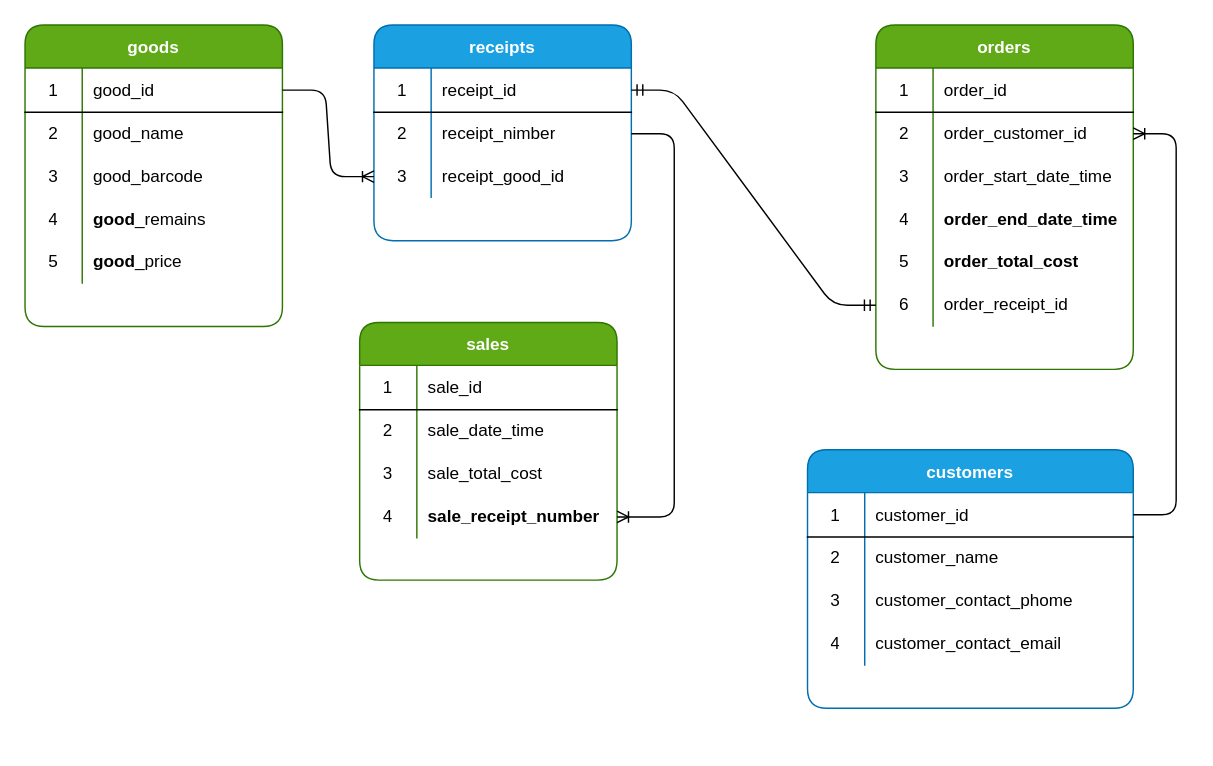
This is Work_2/schema.drawio from AlexLeXX444/MySQL-lessons, a draw.io file, before an edit. Source tidied: cells renumbered, new cells numbered last; positions are measured from the earlier drawing's top-left corner, leaving out a move shared by most shapes. Both pictures are drawn from the tidied source at 143%, with x=0, y=0 at pixel (24, 24).
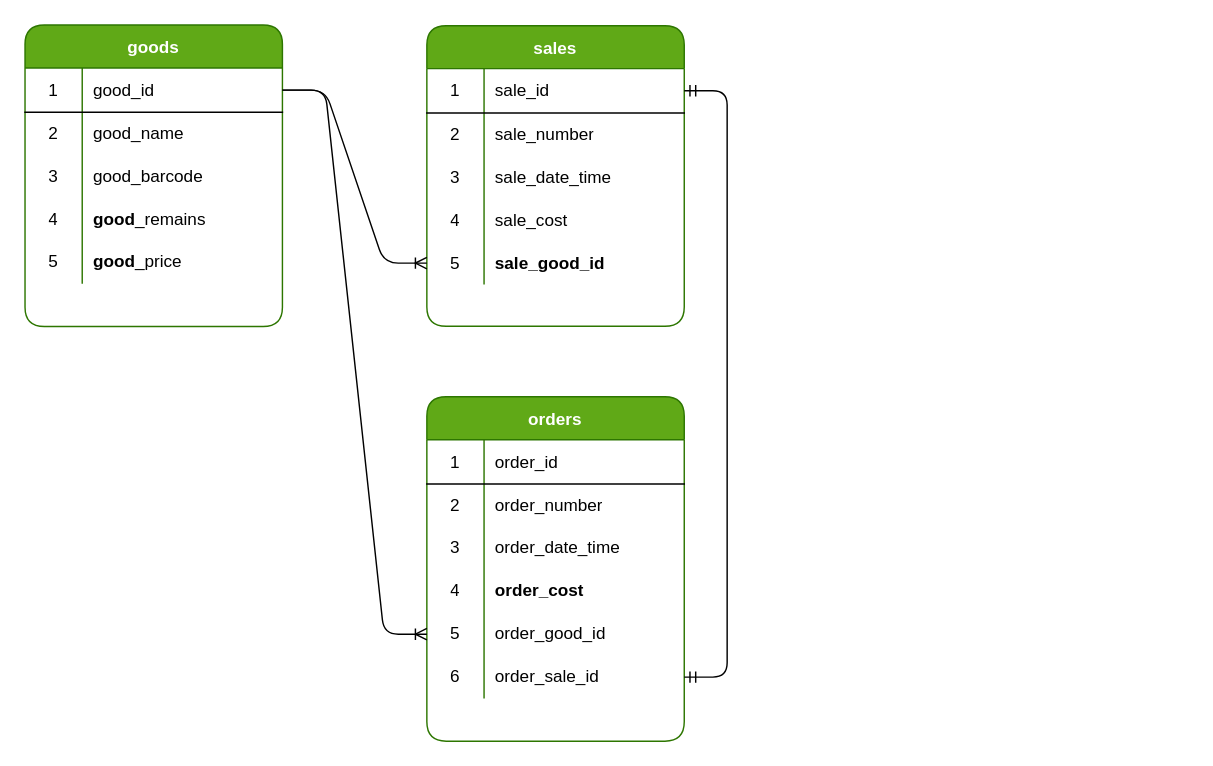
The same page after the edit.

Commit message (it also covers changes not shown here):
end second work

Unchanged cells that the change refers to:
```xml
<mxCell id="3" style="shape=partialRectangle;html=1;whiteSpace=wrap;fillColor=none;top=0;left=0;bottom=1;right=0;points=[[0,0.5],[1,0.5]];portConstraint=eastwest;" parent="2" vertex="1">
  <mxGeometry y="30" width="180" height="31" as="geometry" />
</mxCell>
<mxCell id="19" style="shape=partialRectangle;html=1;whiteSpace=wrap;fillColor=none;top=0;left=0;bottom=1;right=0;points=[[0,0.5],[1,0.5]];portConstraint=eastwest;" parent="18" vertex="1">
  <mxGeometry y="30" width="180" height="31" as="geometry" />
</mxCell>
<mxCell id="45" style="shape=partialRectangle;html=1;whiteSpace=wrap;fillColor=none;top=0;left=0;bottom=0;right=0;points=[[0,0.5],[1,0.5]];portConstraint=eastwest;" parent="41" vertex="1">
  <mxGeometry y="61" width="180" height="30" as="geometry" />
</mxCell>
<mxCell id="48" style="shape=partialRectangle;html=1;whiteSpace=wrap;fillColor=none;top=0;left=0;bottom=0;right=0;" parent="41" vertex="1">
  <mxGeometry y="91" width="180" height="30" as="geometry" />
</mxCell>
```

Diff of the diagram source:
```diff
@@
     <mxCell id="18" value="sales" style="shape=table;startSize=30;childLayout=tableLayout;rowLines=0;fontStyle=1;align=center;rounded=1;shadow=0;sketch=0;fillColor=#60a917;fontColor=#ffffff;strokeColor=#2D7600;" parent="1" vertex="1">
-      <mxGeometry x="234" y="208" width="180" height="180.2" as="geometry" />
+      <mxGeometry x="281" y="0.5" width="180" height="210.2" as="geometry" />
     </mxCell>
@@
+    <mxCell id="35" style="shape=partialRectangle;html=1;whiteSpace=wrap;fillColor=none;top=0;left=0;bottom=0;right=0;points=[[0,0.5],[1,0.5]];portConstraint=eastwest;" parent="18" vertex="1">
+      <mxGeometry y="61" width="180" height="30" as="geometry" />
+    </mxCell>
+    <mxCell id="77" value="2" style="shape=partialRectangle;html=1;whiteSpace=wrap;fillColor=none;top=0;left=0;bottom=0;right=0;overflow=hidden;" parent="35" vertex="1">
+      <mxGeometry width="40" height="30" as="geometry" />
+    </mxCell>
+    <mxCell id="78" value="sale_number" style="shape=partialRectangle;html=1;whiteSpace=wrap;fillColor=none;top=0;left=0;bottom=0;right=0;align=left;spacingLeft=6;overflow=hidden;" parent="35" vertex="1">
+      <mxGeometry x="40" width="140" height="30" as="geometry" />
+    </mxCell>
     <mxCell id="22" style="shape=partialRectangle;html=1;whiteSpace=wrap;fillColor=none;top=0;left=0;bottom=0;right=0;" parent="18" vertex="1">
-      <mxGeometry y="61" width="180" height="30" as="geometry" />
+      <mxGeometry y="91" width="180" height="30" as="geometry" />
     </mxCell>
-    <mxCell id="23" value="2" style="shape=partialRectangle;html=1;whiteSpace=wrap;fillColor=none;top=0;left=0;bottom=0;right=0;overflow=hidden;" parent="22" vertex="1">
+    <mxCell id="23" value="3" style="shape=partialRectangle;html=1;whiteSpace=wrap;fillColor=none;top=0;left=0;bottom=0;right=0;overflow=hidden;" parent="22" vertex="1">
       <mxGeometry width="40" height="30" as="geometry" />
     </mxCell>
@@
     <mxCell id="25" style="shape=partialRectangle;html=1;whiteSpace=wrap;fillColor=none;top=0;left=0;bottom=0;right=0;" parent="18" vertex="1">
-      <mxGeometry y="91" width="180" height="30" as="geometry" />
+      <mxGeometry y="121" width="180" height="30" as="geometry" />
     </mxCell>
-    <mxCell id="26" value="3" style="shape=partialRectangle;html=1;whiteSpace=wrap;fillColor=none;top=0;left=0;bottom=0;right=0;overflow=hidden;" parent="25" vertex="1">
+    <mxCell id="26" value="4" style="shape=partialRectangle;html=1;whiteSpace=wrap;fillColor=none;top=0;left=0;bottom=0;right=0;overflow=hidden;" parent="25" vertex="1">
       <mxGeometry width="40" height="30" as="geometry" />
     </mxCell>
-    <mxCell id="27" value="&lt;span&gt;sale_total_cost&lt;/span&gt;" style="shape=partialRectangle;html=1;whiteSpace=wrap;fillColor=none;top=0;left=0;bottom=0;right=0;align=left;spacingLeft=6;overflow=hidden;" parent="25" vertex="1">
+    <mxCell id="27" value="&lt;span&gt;sale_cost&lt;/span&gt;" style="shape=partialRectangle;html=1;whiteSpace=wrap;fillColor=none;top=0;left=0;bottom=0;right=0;align=left;spacingLeft=6;overflow=hidden;" parent="25" vertex="1">
       <mxGeometry x="40" width="140" height="30" as="geometry" />
     </mxCell>
     <mxCell id="28" style="shape=partialRectangle;html=1;whiteSpace=wrap;fillColor=none;top=0;left=0;bottom=0;right=0;points=[[0,0.5],[1,0.5]];portConstraint=eastwest;" parent="18" vertex="1">
-      <mxGeometry y="121" width="180" height="30" as="geometry" />
+      <mxGeometry y="151" width="180" height="30" as="geometry" />
     </mxCell>
-    <mxCell id="29" value="4" style="shape=partialRectangle;html=1;whiteSpace=wrap;fillColor=none;top=0;left=0;bottom=0;right=0;overflow=hidden;" parent="28" vertex="1">
+    <mxCell id="29" value="5" style="shape=partialRectangle;html=1;whiteSpace=wrap;fillColor=none;top=0;left=0;bottom=0;right=0;overflow=hidden;" parent="28" vertex="1">
       <mxGeometry width="40" height="30" as="geometry" />
     </mxCell>
-    <mxCell id="30" value="&lt;div style=&quot;text-align: center&quot;&gt;&lt;span&gt;&lt;b&gt;sale_&lt;/b&gt;&lt;/span&gt;&lt;b&gt;receipt_number&lt;/b&gt;&lt;/div&gt;" style="shape=partialRectangle;html=1;whiteSpace=wrap;fillColor=none;top=0;left=0;bottom=0;right=0;align=left;spacingLeft=6;overflow=hidden;" parent="28" vertex="1">
+    <mxCell id="30" value="&lt;div style=&quot;text-align: center&quot;&gt;&lt;span&gt;&lt;b&gt;sale_&lt;/b&gt;&lt;/span&gt;&lt;b&gt;good_id&lt;/b&gt;&lt;/div&gt;" style="shape=partialRectangle;html=1;whiteSpace=wrap;fillColor=none;top=0;left=0;bottom=0;right=0;align=left;spacingLeft=6;overflow=hidden;" parent="28" vertex="1">
       <mxGeometry x="40" width="140" height="30" as="geometry" />
     </mxCell>
-    <mxCell id="31" value="receipts" style="shape=table;startSize=30;childLayout=tableLayout;rowLines=0;fontStyle=1;align=center;rounded=1;shadow=0;sketch=0;fillColor=#1ba1e2;fontColor=#ffffff;strokeColor=#006EAF;" parent="1" vertex="1">
-      <mxGeometry x="244" width="180" height="150.8" as="geometry" />
-    </mxCell>
-    <mxCell id="32" style="shape=partialRectangle;html=1;whiteSpace=wrap;fillColor=none;top=0;left=0;bottom=1;right=0;points=[[0,0.5],[1,0.5]];portConstraint=eastwest;" parent="31" vertex="1">
-      <mxGeometry y="30" width="180" height="31" as="geometry" />
-    </mxCell>
-    <mxCell id="33" value="1" style="shape=partialRectangle;html=1;whiteSpace=wrap;fillColor=none;top=0;left=0;bottom=0;right=0;overflow=hidden;" parent="32" vertex="1">
-      <mxGeometry width="40" height="31" as="geometry" />
-    </mxCell>
-    <mxCell id="34" value="receipt_id" style="shape=partialRectangle;html=1;whiteSpace=wrap;fillColor=none;top=0;left=0;bottom=0;right=0;align=left;spacingLeft=6;overflow=hidden;" parent="32" vertex="1">
-      <mxGeometry x="40" width="140" height="31" as="geometry" />
-    </mxCell>
-    <mxCell id="35" style="shape=partialRectangle;html=1;whiteSpace=wrap;fillColor=none;top=0;left=0;bottom=0;right=0;points=[[0,0.5],[1,0.5]];portConstraint=eastwest;" parent="31" vertex="1">
-      <mxGeometry y="61" width="180" height="30" as="geometry" />
-    </mxCell>
-    <mxCell id="36" value="2" style="shape=partialRectangle;html=1;whiteSpace=wrap;fillColor=none;top=0;left=0;bottom=0;right=0;overflow=hidden;" parent="35" vertex="1">
-      <mxGeometry width="40" height="30" as="geometry" />
-    </mxCell>
-    <mxCell id="37" value="receipt_nimber" style="shape=partialRectangle;html=1;whiteSpace=wrap;fillColor=none;top=0;left=0;bottom=0;right=0;align=left;spacingLeft=6;overflow=hidden;" parent="35" vertex="1">
-      <mxGeometry x="40" width="140" height="30" as="geometry" />
-    </mxCell>
-    <mxCell id="38" style="shape=partialRectangle;html=1;whiteSpace=wrap;fillColor=none;top=0;left=0;bottom=0;right=0;points=[[0,0.5],[1,0.5]];portConstraint=eastwest;" parent="31" vertex="1">
-      <mxGeometry y="91" width="180" height="30" as="geometry" />
-    </mxCell>
-    <mxCell id="39" value="3" style="shape=partialRectangle;html=1;whiteSpace=wrap;fillColor=none;top=0;left=0;bottom=0;right=0;overflow=hidden;" parent="38" vertex="1">
-      <mxGeometry width="40" height="30" as="geometry" />
-    </mxCell>
-    <mxCell id="40" value="receipt_good_id" style="shape=partialRectangle;html=1;whiteSpace=wrap;fillColor=none;top=0;left=0;bottom=0;right=0;align=left;spacingLeft=6;overflow=hidden;" parent="38" vertex="1">
-      <mxGeometry x="40" width="140" height="30" as="geometry" />
-    </mxCell>
     <mxCell id="41" value="orders" style="shape=table;startSize=30;childLayout=tableLayout;rowLines=0;fontStyle=1;align=center;rounded=1;shadow=0;sketch=0;fillColor=#60a917;fontColor=#ffffff;strokeColor=#2D7600;" parent="1" vertex="1">
-      <mxGeometry x="595" width="180" height="240.8" as="geometry" />
+      <mxGeometry x="281" y="260" width="180" height="240.8" as="geometry" />
     </mxCell>
@@
-    <mxCell id="47" value="order_customer_id" style="shape=partialRectangle;html=1;whiteSpace=wrap;fillColor=none;top=0;left=0;bottom=0;right=0;align=left;spacingLeft=6;overflow=hidden;" parent="45" vertex="1">
+    <mxCell id="47" value="order_number" style="shape=partialRectangle;html=1;whiteSpace=wrap;fillColor=none;top=0;left=0;bottom=0;right=0;align=left;spacingLeft=6;overflow=hidden;" parent="45" vertex="1">
       <mxGeometry x="40" width="140" height="30" as="geometry" />
     </mxCell>
@@
-    <mxCell id="50" value="&lt;span&gt;order_start_date_time&lt;/span&gt;" style="shape=partialRectangle;html=1;whiteSpace=wrap;fillColor=none;top=0;left=0;bottom=0;right=0;align=left;spacingLeft=6;overflow=hidden;" parent="48" vertex="1">
+    <mxCell id="50" value="&lt;span&gt;order_date_time&lt;/span&gt;" style="shape=partialRectangle;html=1;whiteSpace=wrap;fillColor=none;top=0;left=0;bottom=0;right=0;align=left;spacingLeft=6;overflow=hidden;" parent="48" vertex="1">
       <mxGeometry x="40" width="140" height="30" as="geometry" />
     </mxCell>
-    <mxCell id="51" style="shape=partialRectangle;html=1;whiteSpace=wrap;fillColor=none;top=0;left=0;bottom=0;right=0;" parent="41" vertex="1">
-      <mxGeometry y="121" width="180" height="30" as="geometry" />
-    </mxCell>
-    <mxCell id="52" value="4" style="shape=partialRectangle;html=1;whiteSpace=wrap;fillColor=none;top=0;left=0;bottom=0;right=0;overflow=hidden;" parent="51" vertex="1">
-      <mxGeometry width="40" height="30" as="geometry" />
-    </mxCell>
-    <mxCell id="53" value="&lt;div style=&quot;text-align: center&quot;&gt;&lt;span&gt;&lt;b&gt;order_end_date_time&lt;/b&gt;&lt;/span&gt;&lt;/div&gt;" style="shape=partialRectangle;html=1;whiteSpace=wrap;fillColor=none;top=0;left=0;bottom=0;right=0;align=left;spacingLeft=6;overflow=hidden;" parent="51" vertex="1">
-      <mxGeometry x="40" width="140" height="30" as="geometry" />
-    </mxCell>
     <mxCell id="54" style="shape=partialRectangle;html=1;whiteSpace=wrap;fillColor=none;top=0;left=0;bottom=0;right=0;" parent="41" vertex="1">
-      <mxGeometry y="151" width="180" height="30" as="geometry" />
+      <mxGeometry y="121" width="180" height="30" as="geometry" />
     </mxCell>
-    <mxCell id="55" value="5" style="shape=partialRectangle;html=1;whiteSpace=wrap;fillColor=none;top=0;left=0;bottom=0;right=0;overflow=hidden;" parent="54" vertex="1">
+    <mxCell id="55" value="4" style="shape=partialRectangle;html=1;whiteSpace=wrap;fillColor=none;top=0;left=0;bottom=0;right=0;overflow=hidden;" parent="54" vertex="1">
       <mxGeometry width="40" height="30" as="geometry" />
     </mxCell>
-    <mxCell id="56" value="&lt;div style=&quot;text-align: center&quot;&gt;&lt;span&gt;&lt;b&gt;order_total_cost&lt;/b&gt;&lt;/span&gt;&lt;/div&gt;" style="shape=partialRectangle;html=1;whiteSpace=wrap;fillColor=none;top=0;left=0;bottom=0;right=0;align=left;spacingLeft=6;overflow=hidden;" parent="54" vertex="1">
+    <mxCell id="56" value="&lt;div style=&quot;text-align: center&quot;&gt;&lt;span&gt;&lt;b&gt;order_cost&lt;/b&gt;&lt;/span&gt;&lt;/div&gt;" style="shape=partialRectangle;html=1;whiteSpace=wrap;fillColor=none;top=0;left=0;bottom=0;right=0;align=left;spacingLeft=6;overflow=hidden;" parent="54" vertex="1">
       <mxGeometry x="40" width="140" height="30" as="geometry" />
     </mxCell>
     <mxCell id="57" style="shape=partialRectangle;html=1;whiteSpace=wrap;fillColor=none;top=0;left=0;bottom=0;right=0;points=[[0,0.5],[1,0.5]];portConstraint=eastwest;" parent="41" vertex="1">
-      <mxGeometry y="181" width="180" height="30" as="geometry" />
+      <mxGeometry y="151" width="180" height="30" as="geometry" />
     </mxCell>
-    <mxCell id="58" value="6" style="shape=partialRectangle;html=1;whiteSpace=wrap;fillColor=none;top=0;left=0;bottom=0;right=0;overflow=hidden;" parent="57" vertex="1">
+    <mxCell id="58" value="5" style="shape=partialRectangle;html=1;whiteSpace=wrap;fillColor=none;top=0;left=0;bottom=0;right=0;overflow=hidden;" parent="57" vertex="1">
       <mxGeometry width="40" height="30" as="geometry" />
     </mxCell>
-    <mxCell id="59" value="order_receipt_id" style="shape=partialRectangle;html=1;whiteSpace=wrap;fillColor=none;top=0;left=0;bottom=0;right=0;align=left;spacingLeft=6;overflow=hidden;" parent="57" vertex="1">
+    <mxCell id="59" value="order_good_id" style="shape=partialRectangle;html=1;whiteSpace=wrap;fillColor=none;top=0;left=0;bottom=0;right=0;align=left;spacingLeft=6;overflow=hidden;" parent="57" vertex="1">
       <mxGeometry x="40" width="140" height="30" as="geometry" />
     </mxCell>
-    <mxCell id="60" value="customers" style="shape=table;startSize=30;childLayout=tableLayout;rowLines=0;fontStyle=1;align=center;rounded=1;shadow=0;sketch=0;fillColor=#1ba1e2;fontColor=#ffffff;strokeColor=#006EAF;" parent="1" vertex="1">
-      <mxGeometry x="547.2" y="297" width="227.8" height="180.8" as="geometry" />
-    </mxCell>
-    <mxCell id="61" style="shape=partialRectangle;html=1;whiteSpace=wrap;fillColor=none;top=0;left=0;bottom=1;right=0;points=[[0,0.5],[1,0.5]];portConstraint=eastwest;" parent="60" vertex="1">
-      <mxGeometry y="30" width="227.8" height="31" as="geometry" />
-    </mxCell>
-    <mxCell id="62" value="1" style="shape=partialRectangle;html=1;whiteSpace=wrap;fillColor=none;top=0;left=0;bottom=0;right=0;overflow=hidden;" parent="61" vertex="1">
-      <mxGeometry width="40" height="31" as="geometry" />
-    </mxCell>
-    <mxCell id="63" value="customer_id" style="shape=partialRectangle;html=1;whiteSpace=wrap;fillColor=none;top=0;left=0;bottom=0;right=0;align=left;spacingLeft=6;overflow=hidden;" parent="61" vertex="1">
-      <mxGeometry x="40" width="188" height="31" as="geometry" />
-    </mxCell>
-    <mxCell id="64" style="shape=partialRectangle;html=1;whiteSpace=wrap;fillColor=none;top=0;left=0;bottom=0;right=0;" parent="60" vertex="1">
-      <mxGeometry y="61" width="227.8" height="30" as="geometry" />
-    </mxCell>
-    <mxCell id="65" value="2" style="shape=partialRectangle;html=1;whiteSpace=wrap;fillColor=none;top=0;left=0;bottom=0;right=0;overflow=hidden;" parent="64" vertex="1">
-      <mxGeometry width="40" height="30" as="geometry" />
-    </mxCell>
-    <mxCell id="66" value="customer_name" style="shape=partialRectangle;html=1;whiteSpace=wrap;fillColor=none;top=0;left=0;bottom=0;right=0;align=left;spacingLeft=6;overflow=hidden;" parent="64" vertex="1">
-      <mxGeometry x="40" width="188" height="30" as="geometry" />
-    </mxCell>
-    <mxCell id="67" style="shape=partialRectangle;html=1;whiteSpace=wrap;fillColor=none;top=0;left=0;bottom=0;right=0;" parent="60" vertex="1">
-      <mxGeometry y="91" width="227.8" height="30" as="geometry" />
-    </mxCell>
-    <mxCell id="68" value="3" style="shape=partialRectangle;html=1;whiteSpace=wrap;fillColor=none;top=0;left=0;bottom=0;right=0;overflow=hidden;" parent="67" vertex="1">
-      <mxGeometry width="40" height="30" as="geometry" />
-    </mxCell>
-    <mxCell id="69" value="&lt;span&gt;customer_contact_phome&lt;/span&gt;" style="shape=partialRectangle;html=1;whiteSpace=wrap;fillColor=none;top=0;left=0;bottom=0;right=0;align=left;spacingLeft=6;overflow=hidden;" parent="67" vertex="1">
-      <mxGeometry x="40" width="188" height="30" as="geometry" />
-    </mxCell>
-    <mxCell id="70" style="shape=partialRectangle;html=1;whiteSpace=wrap;fillColor=none;top=0;left=0;bottom=0;right=0;" parent="60" vertex="1">
-      <mxGeometry y="121" width="227.8" height="30" as="geometry" />
-    </mxCell>
-    <mxCell id="71" value="4" style="shape=partialRectangle;html=1;whiteSpace=wrap;fillColor=none;top=0;left=0;bottom=0;right=0;overflow=hidden;" parent="70" vertex="1">
-      <mxGeometry width="40" height="30" as="geometry" />
-    </mxCell>
-    <mxCell id="72" value="customer_contact_email" style="shape=partialRectangle;html=1;whiteSpace=wrap;fillColor=none;top=0;left=0;bottom=0;right=0;align=left;spacingLeft=6;overflow=hidden;" parent="70" vertex="1">
-      <mxGeometry x="40" width="188" height="30" as="geometry" />
-    </mxCell>
-    <mxCell id="73" style="edgeStyle=entityRelationEdgeStyle;fontSize=12;html=1;endArrow=ERoneToMany;exitX=1;exitY=0.5;exitDx=0;exitDy=0;" parent="1" edge="1" source="61" target="45">
-      <mxGeometry relative="1" as="geometry" />
-    </mxCell>
-    <mxCell id="74" style="edgeStyle=entityRelationEdgeStyle;fontSize=12;html=1;endArrow=ERmandOne;startArrow=ERmandOne;exitX=0;exitY=0.5;exitDx=0;exitDy=0;entryX=1;entryY=0.5;entryDx=0;entryDy=0;" parent="1" edge="1" source="57" target="32">
-      <mxGeometry relative="1" as="geometry" />
-    </mxCell>
-    <mxCell id="75" style="edgeStyle=entityRelationEdgeStyle;fontSize=12;html=1;endArrow=ERoneToMany;entryX=1;entryY=0.5;entryDx=0;entryDy=0;" parent="1" edge="1" source="35" target="28">
-      <mxGeometry relative="1" as="geometry" />
-    </mxCell>
-    <mxCell id="76" style="edgeStyle=entityRelationEdgeStyle;fontSize=12;html=1;endArrow=ERoneToMany;exitX=1;exitY=0.5;exitDx=0;exitDy=0;entryX=0;entryY=0.5;entryDx=0;entryDy=0;" parent="1" edge="1" source="3" target="38">
-      <mxGeometry relative="1" as="geometry" />
-    </mxCell>
+    <mxCell id="79" style="shape=partialRectangle;html=1;whiteSpace=wrap;fillColor=none;top=0;left=0;bottom=0;right=0;points=[[0,0.5],[1,0.5]];portConstraint=eastwest;" parent="41" vertex="1">
+      <mxGeometry y="181" width="180" height="30" as="geometry" />
+    </mxCell>
+    <mxCell id="80" value="6" style="shape=partialRectangle;html=1;whiteSpace=wrap;fillColor=none;top=0;left=0;bottom=0;right=0;overflow=hidden;" parent="79" vertex="1">
+      <mxGeometry width="40" height="30" as="geometry" />
+    </mxCell>
+    <mxCell id="81" value="order_sale_id" style="shape=partialRectangle;html=1;whiteSpace=wrap;fillColor=none;top=0;left=0;bottom=0;right=0;align=left;spacingLeft=6;overflow=hidden;" parent="79" vertex="1">
+      <mxGeometry x="40" width="140" height="30" as="geometry" />
+    </mxCell>
+    <mxCell id="82" style="edgeStyle=entityRelationEdgeStyle;fontSize=12;html=1;endArrow=ERoneToMany;exitX=1;exitY=0.5;exitDx=0;exitDy=0;entryX=0;entryY=0.5;entryDx=0;entryDy=0;" parent="1" edge="1" source="3" target="28">
+      <mxGeometry relative="1" as="geometry" />
+    </mxCell>
+    <mxCell id="83" style="edgeStyle=entityRelationEdgeStyle;fontSize=12;html=1;endArrow=ERoneToMany;exitX=1;exitY=0.5;exitDx=0;exitDy=0;entryX=0;entryY=0.5;entryDx=0;entryDy=0;" parent="1" edge="1" source="3" target="57">
+      <mxGeometry relative="1" as="geometry" />
+    </mxCell>
+    <mxCell id="84" style="edgeStyle=entityRelationEdgeStyle;fontSize=12;html=1;endArrow=ERmandOne;startArrow=ERmandOne;entryX=1;entryY=0.5;entryDx=0;entryDy=0;" parent="1" edge="1" source="19" target="79">
+      <mxGeometry relative="1" as="geometry" />
+    </mxCell>
```
